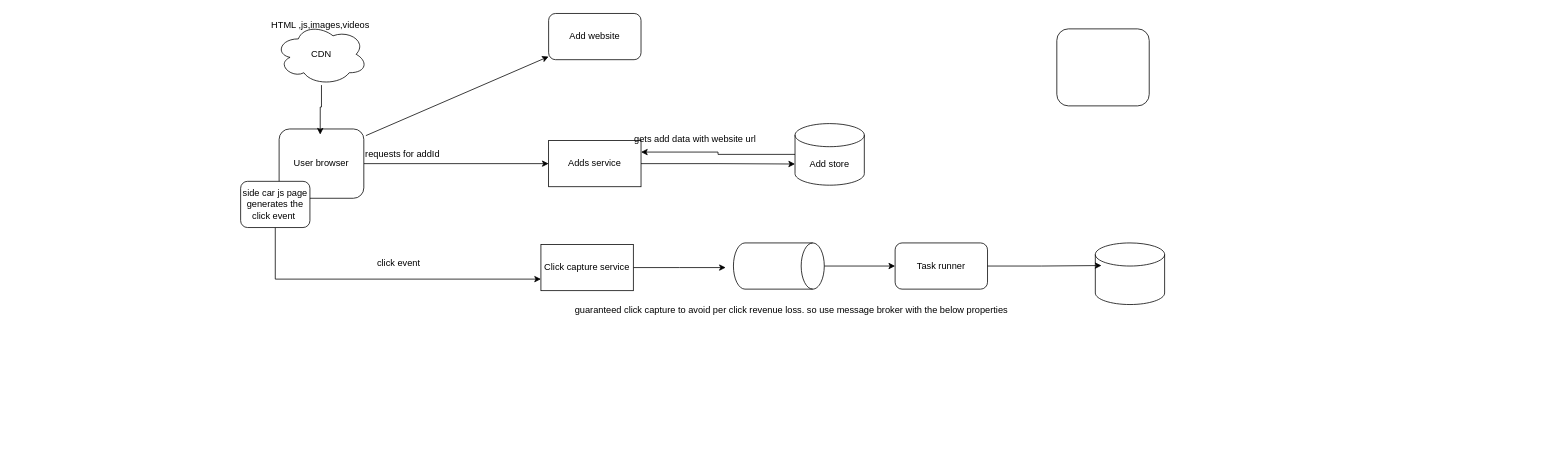
The draw.io diagram add click counter and aggregator/Add.drawio in vemarajusaikrishna/hld, before the edit. Source tidied: cells renumbered, new cells numbered last; positions are measured from the earlier drawing's top-left corner, leaving out a move shared by most shapes. Both pictures are drawn from the tidied source at 77%, with x=0, y=0 at pixel (240, 13).
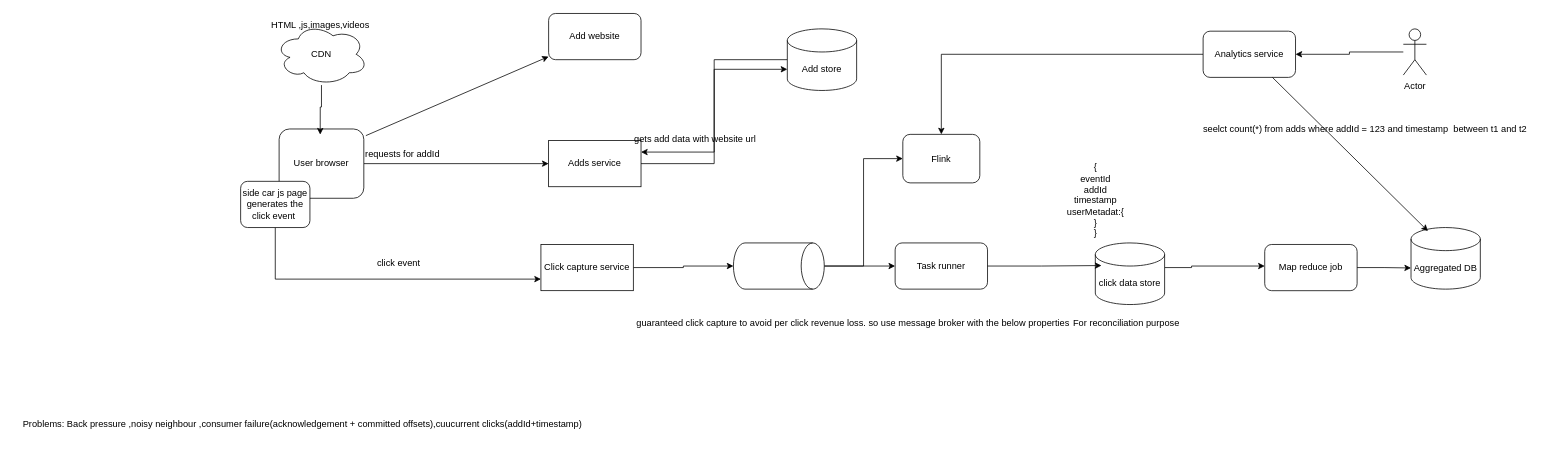
The same page after the edit.

The change refers to these unchanged cells:
```xml
<mxCell id="11" value="Click capture service" style="rounded=0;whiteSpace=wrap;html=1;" parent="1" vertex="1">
  <mxGeometry x="390" y="300" width="120" height="60" as="geometry" />
</mxCell>
<mxCell id="17" style="shape=cylinder3;whiteSpace=wrap;html=1;boundedLbl=1;backgroundOutline=1;size=15;rotation=90;" parent="1" vertex="1">
  <mxGeometry x="669" y="269" width="60" height="118" as="geometry" />
</mxCell>
```

The edit, as a diff of the source:
```diff
@@
-    <mxCell id="4" style="rounded=1;whiteSpace=wrap;html=1;" parent="1" vertex="1">
-      <mxGeometry x="1060" y="20" width="120" height="100" as="geometry" />
+    <mxCell id="4" value="Flink" style="rounded=1;whiteSpace=wrap;html=1;" parent="1" vertex="1">
+      <mxGeometry x="860" y="157" width="100" height="63" as="geometry" />
     </mxCell>
@@
-    <mxCell id="10" style="edgeStyle=orthogonalEdgeStyle;rounded=0;jettySize=auto;html=1;" parent="1" edge="1" source="11">
-      <mxGeometry relative="1" as="geometry">
-        <mxPoint x="630" y="330" as="targetPoint" />
-      </mxGeometry>
+    <mxCell id="10" style="edgeStyle=orthogonalEdgeStyle;rounded=0;jettySize=auto;html=1;" parent="1" edge="1" source="11" target="17">
+      <mxGeometry relative="1" as="geometry" />
     </mxCell>
@@
     <mxCell id="14" value="Add store" style="shape=cylinder3;whiteSpace=wrap;html=1;boundedLbl=1;backgroundOutline=1;size=15;" parent="1" vertex="1">
-      <mxGeometry x="720" y="143" width="90" height="80" as="geometry" />
+      <mxGeometry x="710" y="20" width="90" height="80" as="geometry" />
     </mxCell>
@@
+    <mxCell id="27" style="edgeStyle=orthogonalEdgeStyle;rounded=0;jettySize=auto;html=1;entryX=0;entryY=0.5;entryDx=0;entryDy=0;" parent="1" edge="1" source="17" target="4">
+      <mxGeometry relative="1" as="geometry" />
+    </mxCell>
@@
+    <mxCell id="28" style="edgeStyle=orthogonalEdgeStyle;rounded=0;jettySize=auto;html=1;" parent="1" edge="1" source="19" target="29">
+      <mxGeometry relative="1" as="geometry">
+        <Array as="points">
+          <mxPoint x="1235" y="330" />
+          <mxPoint x="1235" y="328" />
+        </Array>
+      </mxGeometry>
+    </mxCell>
-    <mxCell id="19" style="shape=cylinder3;whiteSpace=wrap;html=1;boundedLbl=1;backgroundOutline=1;size=15;" parent="1" vertex="1">
+    <mxCell id="19" value="click data store" style="shape=cylinder3;whiteSpace=wrap;html=1;boundedLbl=1;backgroundOutline=1;size=15;" parent="1" vertex="1">
       <mxGeometry x="1110" y="298" width="90" height="80" as="geometry" />
     </mxCell>
@@
     <mxCell id="26" value="guaranteed click capture to avoid per click revenue loss. so use message broker with the below properties" style="text;html=1;align=center;verticalAlign=middle;strokeColor=none;fillColor=none;" parent="1" vertex="1">
-      <mxGeometry x="420" y="370" width="590" height="30" as="geometry" />
+      <mxGeometry x="500" y="387" width="590" height="30" as="geometry" />
     </mxCell>
+    <mxCell id="29" value="Map reduce job" style="rounded=1;whiteSpace=wrap;html=1;" parent="1" vertex="1">
+      <mxGeometry x="1330" y="300" width="120" height="60" as="geometry" />
+    </mxCell>
+    <mxCell id="30" value="Aggregated DB" style="shape=cylinder3;whiteSpace=wrap;html=1;boundedLbl=1;backgroundOutline=1;size=15;" parent="1" vertex="1">
+      <mxGeometry x="1520" y="278" width="90" height="80" as="geometry" />
+    </mxCell>
+    <mxCell id="31" style="edgeStyle=orthogonalEdgeStyle;rounded=0;jettySize=auto;html=1;entryX=0;entryY=0;entryDx=0;entryDy=52.5;entryPerimeter=0;" parent="1" edge="1" source="29" target="30">
+      <mxGeometry relative="1" as="geometry" />
+    </mxCell>
+    <mxCell id="32" value="For reconciliation purpose" style="text;html=1;align=center;verticalAlign=middle;strokeColor=none;fillColor=none;" parent="1" vertex="1">
+      <mxGeometry x="1070" y="388" width="160" height="30" as="geometry" />
+    </mxCell>
+    <mxCell id="33" style="edgeStyle=orthogonalEdgeStyle;rounded=0;jettySize=auto;html=1;" parent="1" edge="1" source="34" target="4">
+      <mxGeometry relative="1" as="geometry" />
+    </mxCell>
+    <mxCell id="34" value="Analytics service" style="rounded=1;whiteSpace=wrap;html=1;" parent="1" vertex="1">
+      <mxGeometry x="1250" y="23" width="120" height="60" as="geometry" />
+    </mxCell>
+    <mxCell id="35" style="edgeStyle=orthogonalEdgeStyle;rounded=0;jettySize=auto;html=1;entryX=1;entryY=0.5;entryDx=0;entryDy=0;" parent="1" edge="1" source="36" target="34">
+      <mxGeometry relative="1" as="geometry" />
+    </mxCell>
+    <mxCell id="36" value="Actor" style="shape=umlActor;verticalLabelPosition=bottom;verticalAlign=top;html=1;outlineConnect=0;" parent="1" vertex="1">
+      <mxGeometry x="1510" y="20" width="30" height="60" as="geometry" />
+    </mxCell>
+    <mxCell id="37" value="Problems: Back pressure ,noisy neighbour ,consumer failure(acknowledgement + committed offsets),cuucurrent clicks(addId+timestamp)" style="text;html=1;align=center;verticalAlign=middle;strokeColor=none;fillColor=none;" parent="1" vertex="1">
+      <mxGeometry x="-295" y="518" width="750" height="30" as="geometry" />
+    </mxCell>
+    <mxCell id="38" style="endArrow=classic;html=1;rounded=0;exitX=0.75;exitY=1;exitDx=0;exitDy=0;entryX=0.244;entryY=0.058;entryDx=0;entryDy=0;entryPerimeter=0;" parent="1" edge="1" source="34" target="30">
+      <mxGeometry relative="1" as="geometry" />
+    </mxCell>
+    <mxCell id="39" value="seelct count(*) from adds where addId = 123 and timestamp&amp;nbsp; between t1 and t2" style="text;html=1;align=center;verticalAlign=middle;strokeColor=none;fillColor=none;" parent="1" vertex="1">
+      <mxGeometry x="1240" y="135" width="440" height="30" as="geometry" />
+    </mxCell>
+    <mxCell id="40" value="{&lt;div&gt;eventId&lt;/div&gt;&lt;div&gt;addId&lt;/div&gt;&lt;div&gt;timestamp&lt;/div&gt;&lt;div&gt;userMetadat:{&lt;/div&gt;&lt;div&gt;}&lt;/div&gt;&lt;div&gt;}&lt;/div&gt;" style="text;html=1;align=center;verticalAlign=middle;strokeColor=none;fillColor=none;" parent="1" vertex="1">
+      <mxGeometry x="1060" y="188" width="100" height="110" as="geometry" />
+    </mxCell>
```
